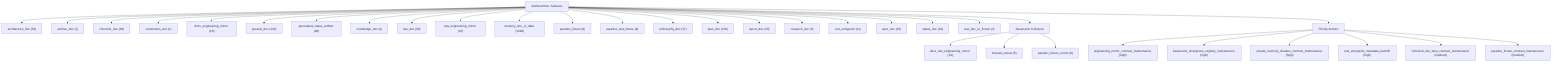
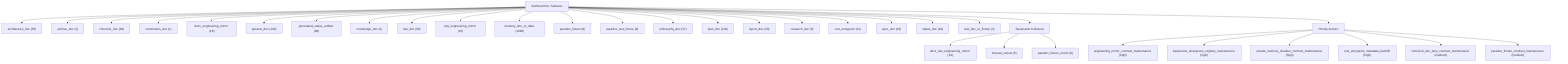
graph TD
    root["Authored Doc Surfaces"]
-     category_architecture_doc["architecture_doc (54)"]
+     category_architecture_doc["architecture_doc (55)"]
    root --> category_architecture_doc
    category_archive_doc["archive_doc (1)"]
    root --> category_archive_doc
    category_chronicle_doc["chronicle_doc (48)"]
    root --> category_chronicle_doc
    category_constitution_doc["constitution_doc (1)"]
    root --> category_constitution_doc
    category_docs_engineering_mirror["docs_engineering_mirror (16)"]
    root --> category_docs_engineering_mirror
    category_general_doc["general_doc (128)"]
    root --> category_general_doc
    category_generated_status_artifact["generated_status_artifact (98)"]
    root --> category_generated_status_artifact
    category_knowledge_doc["knowledge_doc (2)"]
    root --> category_knowledge_doc
    category_law_doc["law_doc (60)"]
    root --> category_law_doc
    category_law_engineering_mirror["law_engineering_mirror (15)"]
    root --> category_law_engineering_mirror
    category_memory_doc_or_data["memory_doc_or_data (1608)"]
    root --> category_memory_doc_or_data
    category_paradox_fixture["paradox_fixture (8)"]
    root --> category_paradox_fixture
    category_paradox_test_fixture["paradox_test_fixture (8)"]
    root --> category_paradox_test_fixture
    category_philosophy_doc["philosophy_doc (27)"]
    root --> category_philosophy_doc
    category_plan_doc["plan_doc (116)"]
    root --> category_plan_doc
    category_report_doc["report_doc (29)"]
    root --> category_report_doc
    category_research_doc["research_doc (9)"]
    root --> category_research_doc
    category_root_entrypoint["root_entrypoint (11)"]
    root --> category_root_entrypoint
    category_spec_doc["spec_doc (43)"]
    root --> category_spec_doc
    category_status_doc["status_doc (24)"]
    root --> category_status_doc
    category_test_doc_or_fixture["test_doc_or_fixture (3)"]
    root --> category_test_doc_or_fixture
    collisions["Basename Collisions"]
    root --> collisions
    family_docs_law_engineering_mirror["docs_law_engineering_mirror (14)"]
    collisions --> family_docs_law_engineering_mirror
    family_manual_review["manual_review (5)"]
    collisions --> family_manual_review
    family_paradox_fixture_mirror["paradox_fixture_mirror (8)"]
    collisions --> family_paradox_fixture_mirror
    priorities["Priority Actions"]
    root --> priorities
    priority_engineering_mirror_contract_maintenance["engineering_mirror_contract_maintenance (high)"]
    priorities --> priority_engineering_mirror_contract_maintenance
    priority_basename_divergence_registry_maintenance["basename_divergence_registry_maintenance (high)"]
    priorities --> priority_basename_divergence_registry_maintenance
    priority_private_memory_shadow_contract_maintenance["private_memory_shadow_contract_maintenance (high)"]
    priorities --> priority_private_memory_shadow_contract_maintenance
    priority_root_entrypoint_metadata_backfill["root_entrypoint_metadata_backfill (high)"]
    priorities --> priority_root_entrypoint_metadata_backfill
    priority_historical_doc_lane_contract_maintenance["historical_doc_lane_contract_maintenance (medium)"]
    priorities --> priority_historical_doc_lane_contract_maintenance
    priority_paradox_fixture_contract_maintenance["paradox_fixture_contract_maintenance (medium)"]
    priorities --> priority_paradox_fixture_contract_maintenance
